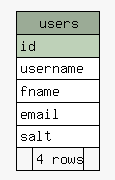
Before: diagrams/summary/users.1degree.png, a diagram exported from Graphviz (dbrowne/testing). Its source is kept beside it as diagrams/summary/users.1degree.dot. Source of this version:
```dot
digraph "users" {
  graph [
    rankdir="RL"
    bgcolor="#f7f7f7"
    nodesep="0.18"
    ranksep="0.46"
    fontname="Helvetica"
    fontsize="11"
  ];
  node [
    fontname="Helvetica"
    fontsize="11"
    shape="plaintext"
  ];
  edge [
    arrowsize="0.8"
  ];
  "users" [
    label=<
    <TABLE BORDER="0" CELLBORDER="1" CELLSPACING="0" BGCOLOR="#ffffff">
      <TR><TD COLSPAN="3" BGCOLOR="#9bab96" ALIGN="CENTER">users</TD></TR>
      <TR><TD PORT="id" COLSPAN="3" BGCOLOR="#bed1b8" ALIGN="LEFT">id</TD></TR>
      <TR><TD PORT="username" COLSPAN="3" ALIGN="LEFT">username</TD></TR>
      <TR><TD PORT="fname" COLSPAN="3" ALIGN="LEFT">fname</TD></TR>
      <TR><TD PORT="email" COLSPAN="3" ALIGN="LEFT">email</TD></TR>
      <TR><TD PORT="salt" COLSPAN="3" ALIGN="LEFT">salt</TD></TR>
      <TR><TD ALIGN="LEFT" BGCOLOR="#f7f7f7">  </TD><TD ALIGN="RIGHT" BGCOLOR="#f7f7f7">4 rows</TD><TD ALIGN="RIGHT" BGCOLOR="#f7f7f7">  </TD></TR>
    </TABLE>>
    URL="tables/users.html"
    tooltip="users"
  ];
}
```
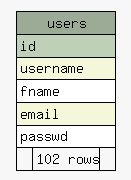
After the commit.

The edit, as a diff of the source:
```diff
@@ -20,11 +20,11 @@
     <TABLE BORDER="0" CELLBORDER="1" CELLSPACING="0" BGCOLOR="#ffffff">
       <TR><TD COLSPAN="3" BGCOLOR="#9bab96" ALIGN="CENTER">users</TD></TR>
       <TR><TD PORT="id" COLSPAN="3" BGCOLOR="#bed1b8" ALIGN="LEFT">id</TD></TR>
-      <TR><TD PORT="username" COLSPAN="3" ALIGN="LEFT">username</TD></TR>
+      <TR><TD PORT="username" COLSPAN="3" BGCOLOR="#f4f7da" ALIGN="LEFT">username</TD></TR>
       <TR><TD PORT="fname" COLSPAN="3" ALIGN="LEFT">fname</TD></TR>
-      <TR><TD PORT="email" COLSPAN="3" ALIGN="LEFT">email</TD></TR>
-      <TR><TD PORT="salt" COLSPAN="3" ALIGN="LEFT">salt</TD></TR>
-      <TR><TD ALIGN="LEFT" BGCOLOR="#f7f7f7">  </TD><TD ALIGN="RIGHT" BGCOLOR="#f7f7f7">4 rows</TD><TD ALIGN="RIGHT" BGCOLOR="#f7f7f7">  </TD></TR>
+      <TR><TD PORT="email" COLSPAN="3" BGCOLOR="#f4f7da" ALIGN="LEFT">email</TD></TR>
+      <TR><TD PORT="passwd" COLSPAN="3" ALIGN="LEFT">passwd</TD></TR>
+      <TR><TD ALIGN="LEFT" BGCOLOR="#f7f7f7">  </TD><TD ALIGN="RIGHT" BGCOLOR="#f7f7f7">102 rows</TD><TD ALIGN="RIGHT" BGCOLOR="#f7f7f7">  </TD></TR>
     </TABLE>>
     URL="tables/users.html"
     tooltip="users"
```
